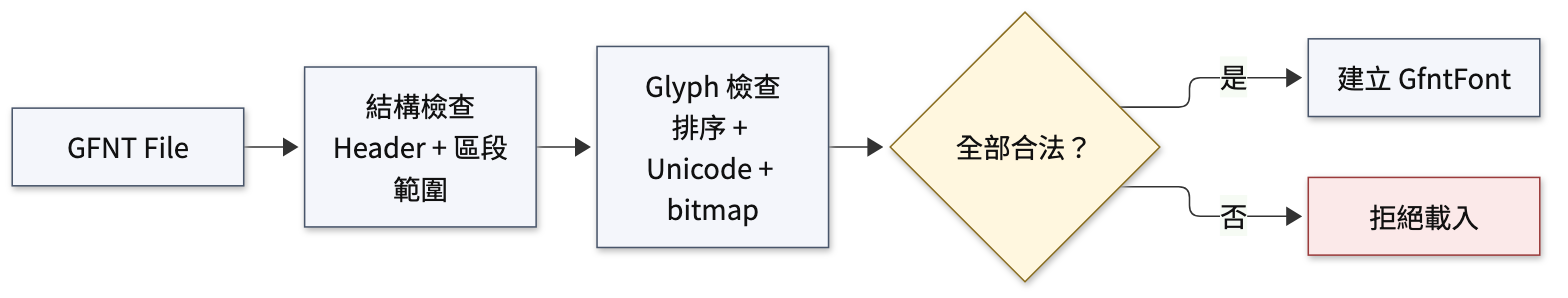
Earlier version of the Mermaid export docs/figures/app_b_gfnt-loader-validation.png (YuanOwO/CG-hw1-paint). Its source is kept beside it as docs/figures-src/app_b_gfnt-loader-validation.mmd.
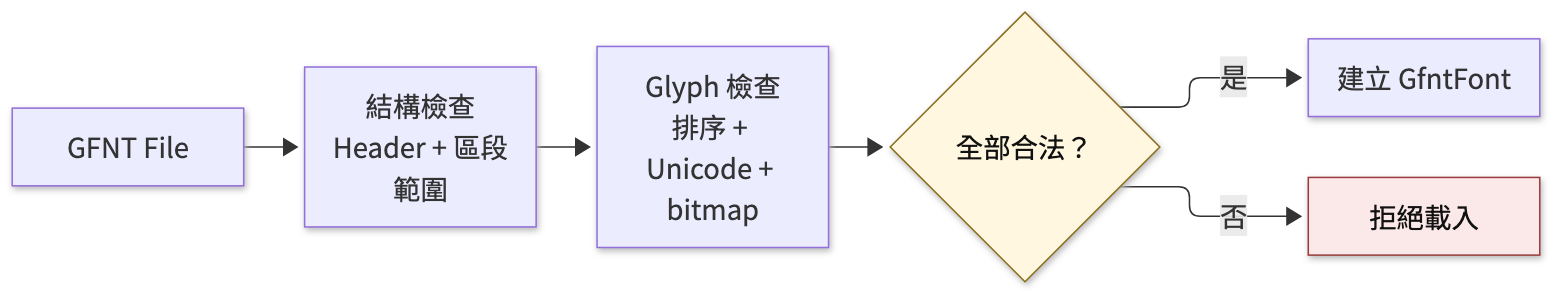
The same file after the commit.

Diff of the diagram source:
```diff
@@ -5,9 +5,7 @@
     valid -- 是 --> ready[建立 GfntFont]
     valid -- 否 --> reject[拒絕載入]
 
-    classDef step fill:#f4f6fb,stroke:#49566b,color:#111,stroke-width:1px;
     classDef decision fill:#fff7df,stroke:#8a6d1f,color:#111,stroke-width:1px;
     classDef bad fill:#fbe9e9,stroke:#9b3b3b,color:#111,stroke-width:1px;
-    class file,structure,glyphs,ready step;
     class valid decision;
     class reject bad;
```
